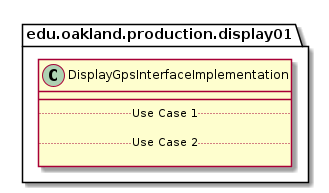
Before: docs/uml-class-diagrams/display01/production/DisplayGpsInterfaceImplementation/DisplayGpsInterfaceImplementation.png, a diagram exported from PlantUML (elilley15/csi-3370-software-project). Source of this version:
```plantuml
@startuml DisplayGpsInterfaceImplementation

package edu.oakland.production.display01 {
    class DisplayGpsInterfaceImplementation {
        __
        .. Use Case 1 ..

        .. Use Case 2 ..

    }
}

@enduml
```
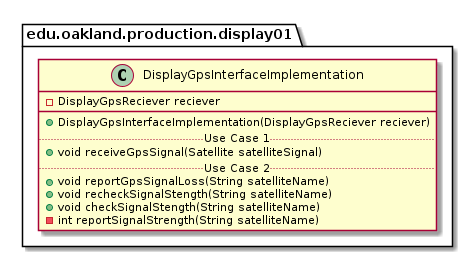
The same file after the commit.

What changed in the source:
```diff
@@ -1,12 +1,18 @@
 @startuml DisplayGpsInterfaceImplementation
+
 
 package edu.oakland.production.display01 {
     class DisplayGpsInterfaceImplementation {
+        - DisplayGpsReciever reciever
         __
+        + DisplayGpsInterfaceImplementation(DisplayGpsReciever reciever)
         .. Use Case 1 ..
-
+        + void receiveGpsSignal(Satellite satelliteSignal)
         .. Use Case 2 ..
-
+        + void reportGpsSignalLoss(String satelliteName)
+        + void recheckSignalStength(String satelliteName)
+        + void checkSignalStength(String satelliteName)
+        - int reportSignalStrength(String satelliteName)
     }
 }
 
```
